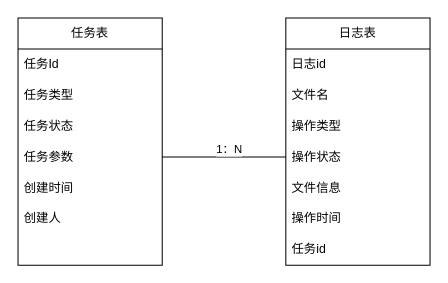
Before: 任务表.drawio in hnzhouzhoujay/Activity, a draw.io diagram. Source tidied: cells renumbered, new cells numbered last; positions are measured from the earlier drawing's top-left corner, leaving out a move shared by most shapes. Both pictures are drawn from the tidied source at 103%, with x=0, y=0 at pixel (18, 18).
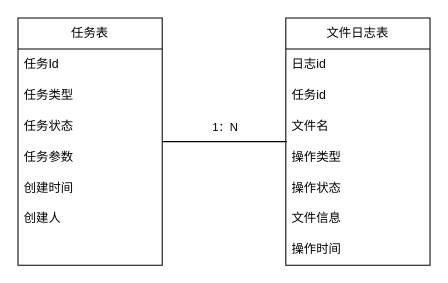
The same diagram, later.

Commit message (it also covers changes not shown here):
更新任务表.drawio

Unchanged cells that the change refers to:
```xml
<mxCell id="6" value="任务参数" style="text;strokeColor=none;fillColor=none;align=left;verticalAlign=middle;spacingLeft=4;spacingRight=4;overflow=hidden;points=[[0,0.5],[1,0.5]];portConstraint=eastwest;whiteSpace=wrap;html=1;" parent="2" vertex="1">
  <mxGeometry y="120" width="140" height="30" as="geometry" />
</mxCell>
```

Diff of the diagram source:
```diff
@@
-    <mxCell id="10" value="日志表" style="swimlane;fontStyle=0;horizontal=1;startSize=30;whiteSpace=wrap;html=1;" parent="1" vertex="1">
+    <mxCell id="10" value="文件日志表" style="swimlane;fontStyle=0;horizontal=1;startSize=30;whiteSpace=wrap;html=1;" parent="1" vertex="1">
       <mxGeometry x="260" width="140" height="240" as="geometry" />
     </mxCell>
@@
+    <mxCell id="17" value="任务id" style="text;strokeColor=none;fillColor=none;align=left;verticalAlign=middle;spacingLeft=4;spacingRight=4;overflow=hidden;whiteSpace=wrap;html=1;" parent="10" vertex="1">
+      <mxGeometry y="60" width="140" height="30" as="geometry" />
+    </mxCell>
     <mxCell id="12" value="文件名" style="text;strokeColor=none;fillColor=none;align=left;verticalAlign=middle;spacingLeft=4;spacingRight=4;overflow=hidden;whiteSpace=wrap;html=1;" parent="10" vertex="1">
-      <mxGeometry y="60" width="140" height="30" as="geometry" />
+      <mxGeometry y="90" width="140" height="30" as="geometry" />
     </mxCell>
     <mxCell id="13" value="操作类型" style="text;strokeColor=none;fillColor=none;align=left;verticalAlign=middle;spacingLeft=4;spacingRight=4;overflow=hidden;points=[[0,0.5],[1,0.5]];portConstraint=eastwest;whiteSpace=wrap;html=1;" parent="10" vertex="1">
-      <mxGeometry y="90" width="140" height="30" as="geometry" />
+      <mxGeometry y="120" width="140" height="30" as="geometry" />
     </mxCell>
     <mxCell id="14" value="操作状态" style="text;strokeColor=none;fillColor=none;align=left;verticalAlign=middle;spacingLeft=4;spacingRight=4;overflow=hidden;points=[[0,0.5],[1,0.5]];portConstraint=eastwest;whiteSpace=wrap;html=1;" parent="10" vertex="1">
-      <mxGeometry y="120" width="140" height="30" as="geometry" />
+      <mxGeometry y="150" width="140" height="30" as="geometry" />
     </mxCell>
     <mxCell id="15" value="文件信息" style="text;strokeColor=none;fillColor=none;align=left;verticalAlign=middle;spacingLeft=4;spacingRight=4;overflow=hidden;whiteSpace=wrap;html=1;" parent="10" vertex="1">
-      <mxGeometry y="150" width="140" height="30" as="geometry" />
+      <mxGeometry y="180" width="140" height="30" as="geometry" />
     </mxCell>
     <mxCell id="16" value="操作时间" style="text;strokeColor=none;fillColor=none;align=left;verticalAlign=middle;spacingLeft=4;spacingRight=4;overflow=hidden;whiteSpace=wrap;html=1;" parent="10" vertex="1">
-      <mxGeometry y="180" width="140" height="30" as="geometry" />
+      <mxGeometry y="210" width="140" height="30" as="geometry" />
     </mxCell>
-    <mxCell id="17" value="任务id" style="text;strokeColor=none;fillColor=none;align=left;verticalAlign=middle;spacingLeft=4;spacingRight=4;overflow=hidden;whiteSpace=wrap;html=1;" parent="10" vertex="1">
-      <mxGeometry y="210" width="140" height="30" as="geometry" />
-    </mxCell>
-    <mxCell id="18" style="endArrow=none;html=1;rounded=0;exitX=1;exitY=0.5;exitDx=0;exitDy=0;entryX=0;entryY=0.5;entryDx=0;entryDy=0;" parent="1" edge="1" source="6" target="14">
-      <mxGeometry relative="1" as="geometry" />
+    <mxCell id="18" style="endArrow=none;html=1;rounded=0;exitX=1;exitY=0.5;exitDx=0;exitDy=0;entryX=0.007;entryY=0;entryDx=0;entryDy=0;entryPerimeter=0;" parent="1" edge="1" target="13">
+      <mxGeometry relative="1" as="geometry">
+        <mxPoint x="140" y="120" as="sourcePoint" />
+      </mxGeometry>
     </mxCell>
     <mxCell id="19" value="1：N" style="edgeLabel;html=1;align=center;verticalAlign=middle;" parent="18" vertex="1">
-      <mxGeometry x="0.07" y="8" relative="1" as="geometry" />
+      <mxGeometry x="0.07" y="8" relative="1" as="geometry">
+        <mxPoint x="-5" y="-7" as="offset" />
+      </mxGeometry>
     </mxCell>
```
